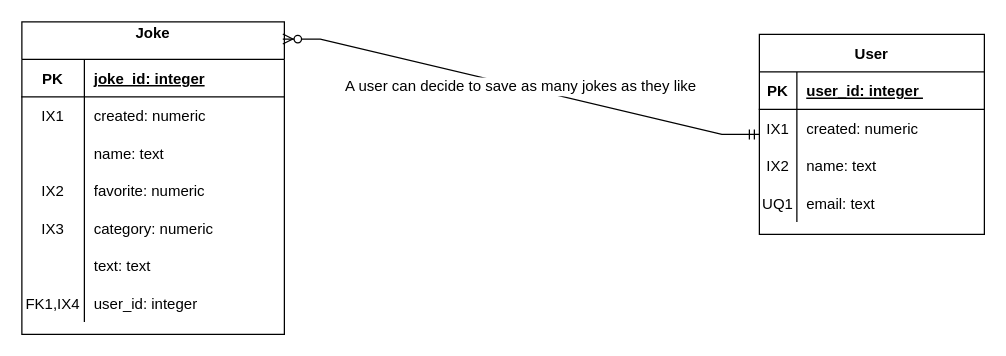
Before: docs/work/erd.drawio in ddc-java-14/giggle, a draw.io diagram. Source tidied: cells renumbered, new cells numbered last; positions are measured from the earlier drawing's top-left corner, leaving out a move shared by most shapes. Both pictures are drawn from the tidied source at 125%, with x=0, y=0 at pixel (21, 21).
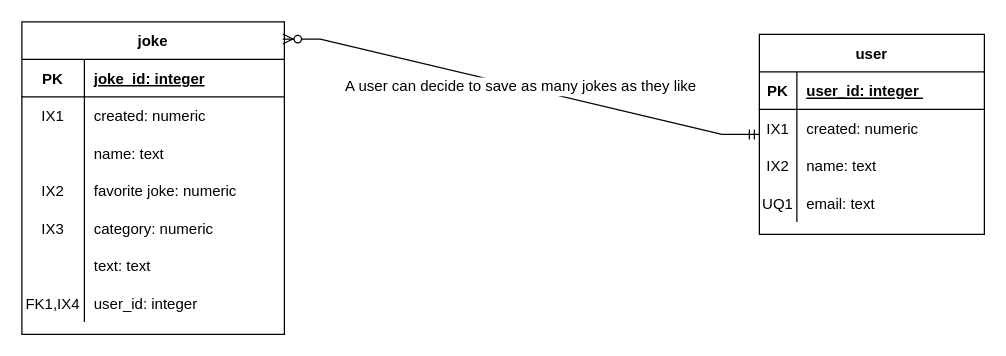
Above is the later version.

Commit message (it also covers changes not shown here):
Updated ERD and wireframe.

Unchanged cells that the change refers to:
```xml
<mxCell id="25" style="shape=partialRectangle;fillColor=none;top=0;left=0;bottom=0;right=0;" parent="15" vertex="1">
  <mxGeometry y="120" width="210" height="30" as="geometry" />
</mxCell>
```

The edit, as a diff of the source:
```diff
@@
-    <mxCell id="2" value="User" style="shape=table;startSize=30;childLayout=tableLayout;rowLines=0;fontStyle=1;align=center;" parent="1" vertex="1">
+    <mxCell id="2" value="user" style="shape=table;startSize=30;childLayout=tableLayout;rowLines=0;fontStyle=1;align=center;" parent="1" vertex="1">
       <mxGeometry x="590" y="10" width="180" height="160" as="geometry" />
     </mxCell>
@@
-    <mxCell id="15" value="Joke&#10;" style="shape=table;startSize=30;childLayout=tableLayout;rowLines=0;fontStyle=1;align=center;" parent="1" vertex="1">
+    <mxCell id="15" value="joke" style="shape=table;startSize=30;childLayout=tableLayout;rowLines=0;fontStyle=1;align=center;" parent="1" vertex="1">
       <mxGeometry width="210" height="250" as="geometry" />
     </mxCell>
@@
-    <mxCell id="27" value="favorite: numeric" style="shape=partialRectangle;fillColor=none;top=0;left=0;bottom=0;right=0;align=left;spacingLeft=6;overflow=hidden;" parent="25" vertex="1">
+    <mxCell id="27" value="favorite joke: numeric" style="shape=partialRectangle;fillColor=none;top=0;left=0;bottom=0;right=0;align=left;spacingLeft=6;overflow=hidden;" parent="25" vertex="1">
       <mxGeometry x="50" width="160" height="30" as="geometry" />
     </mxCell>
```
